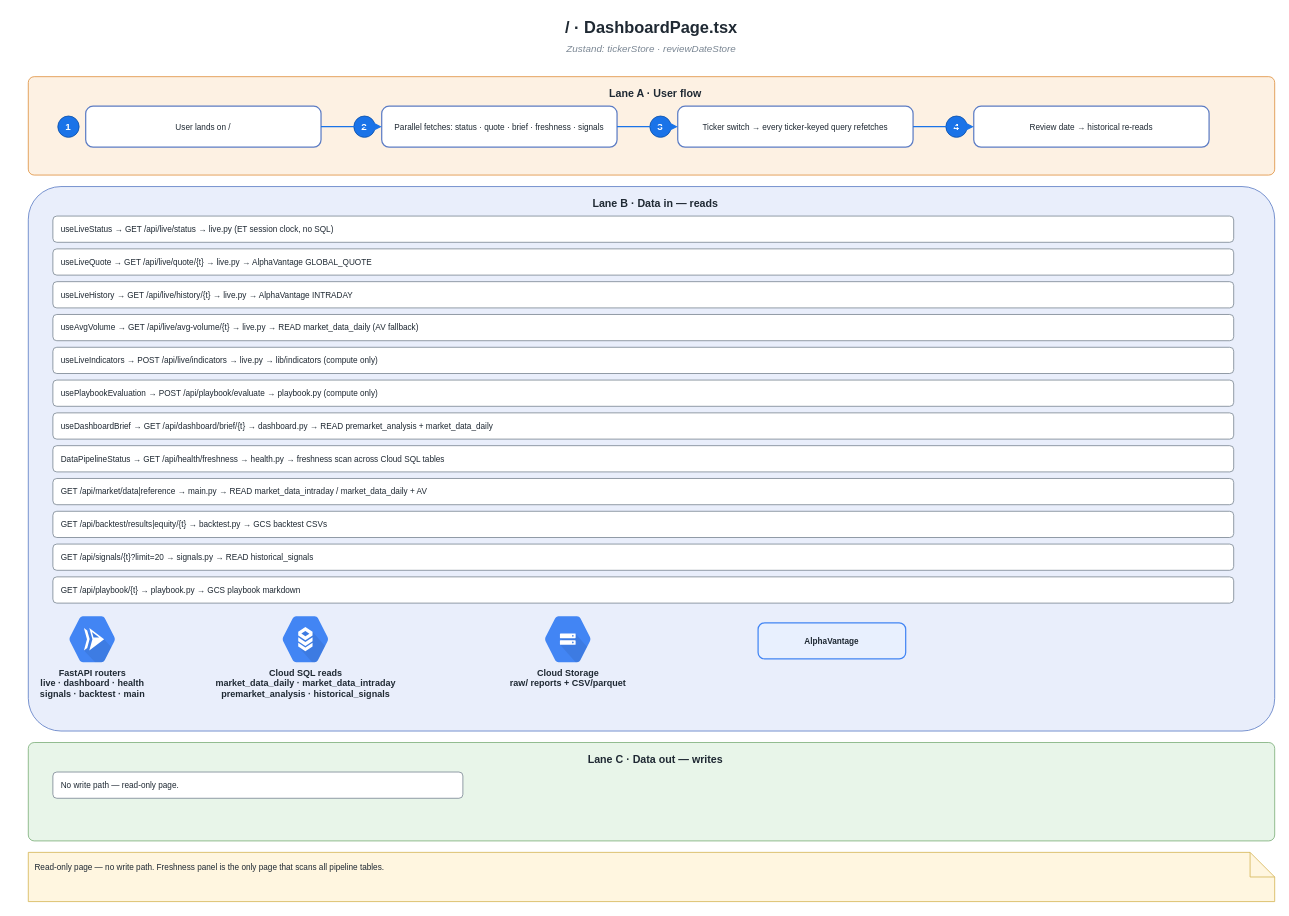
Above: page "3 · Dashboard" (4 of 15) of Frontend-icons.drawio in TeneikaAskew/solyra (draw.io), before the change. Source tidied: cells renumbered, new cells numbered last; positions are measured from the earlier drawing's top-left corner, leaving out a move shared by most shapes. Both pictures are drawn from the tidied source at 82%, with x=0, y=0 at pixel (28, 14).
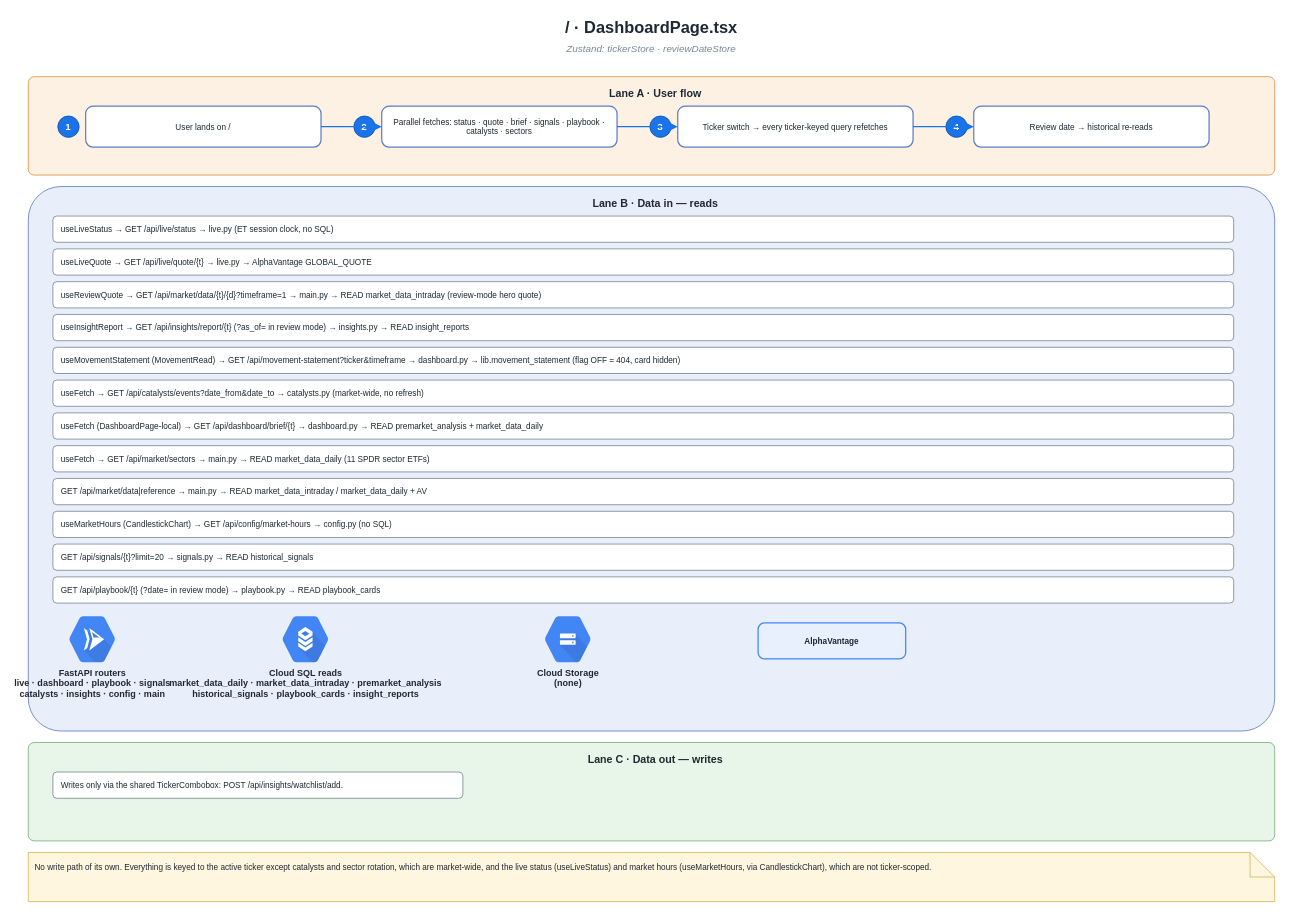
The same page after the edit.

Diff of the diagram source:
```diff
@@
-    <mxCell id="8" value="Parallel fetches: status · quote · brief · freshness · signals" style="rounded=1;arcSize=18;whiteSpace=wrap;html=1;fillColor=#ffffff;strokeColor=#5c7cc4;strokeWidth=1.5;fontSize=10;fontColor=#1f2933;align=center;verticalAlign=middle;" parent="1" vertex="1">
+    <mxCell id="8" value="Parallel fetches: status · quote · brief · signals · playbook · catalysts · sectors" style="rounded=1;arcSize=18;whiteSpace=wrap;html=1;fillColor=#ffffff;strokeColor=#5c7cc4;strokeWidth=1.5;fontSize=10;fontColor=#1f2933;align=center;verticalAlign=middle;" parent="1" vertex="1">
       <mxGeometry x="431" y="112" width="287" height="50" as="geometry" />
     </mxCell>
@@
-    <mxCell id="19" value="useLiveHistory → GET /api/live/history/{t} → live.py → AlphaVantage INTRADAY" style="rounded=1;whiteSpace=wrap;html=1;fillColor=#ffffff;strokeColor=#7b8794;fontSize=10;align=left;verticalAlign=middle;spacingLeft=8;fontColor=#1f2933;" parent="1" vertex="1">
+    <mxCell id="19" value="useReviewQuote → GET /api/market/data/{t}/{d}?timeframe=1 → main.py → READ market_data_intraday (review-mode hero quote)" style="rounded=1;whiteSpace=wrap;html=1;fillColor=#ffffff;strokeColor=#7b8794;fontSize=10;align=left;verticalAlign=middle;spacingLeft=8;fontColor=#1f2933;" parent="1" vertex="1">
       <mxGeometry x="30" y="326" width="1440" height="32" as="geometry" />
     </mxCell>
-    <mxCell id="20" value="useAvgVolume → GET /api/live/avg-volume/{t} → live.py → READ market_data_daily (AV fallback)" style="rounded=1;whiteSpace=wrap;html=1;fillColor=#ffffff;strokeColor=#7b8794;fontSize=10;align=left;verticalAlign=middle;spacingLeft=8;fontColor=#1f2933;" parent="1" vertex="1">
+    <mxCell id="20" value="useInsightReport → GET /api/insights/report/{t} (?as_of= in review mode) → insights.py → READ insight_reports" style="rounded=1;whiteSpace=wrap;html=1;fillColor=#ffffff;strokeColor=#7b8794;fontSize=10;align=left;verticalAlign=middle;spacingLeft=8;fontColor=#1f2933;" parent="1" vertex="1">
       <mxGeometry x="30" y="366" width="1440" height="32" as="geometry" />
     </mxCell>
-    <mxCell id="21" value="useLiveIndicators → POST /api/live/indicators → live.py → lib/indicators (compute only)" style="rounded=1;whiteSpace=wrap;html=1;fillColor=#ffffff;strokeColor=#7b8794;fontSize=10;align=left;verticalAlign=middle;spacingLeft=8;fontColor=#1f2933;" parent="1" vertex="1">
+    <mxCell id="21" value="useMovementStatement (MovementRead) → GET /api/movement-statement?ticker&amp;timeframe → dashboard.py → lib.movement_statement (flag OFF = 404, card hidden)" style="rounded=1;whiteSpace=wrap;html=1;fillColor=#ffffff;strokeColor=#7b8794;fontSize=10;align=left;verticalAlign=middle;spacingLeft=8;fontColor=#1f2933;" parent="1" vertex="1">
       <mxGeometry x="30" y="406" width="1440" height="32" as="geometry" />
     </mxCell>
-    <mxCell id="22" value="usePlaybookEvaluation → POST /api/playbook/evaluate → playbook.py (compute only)" style="rounded=1;whiteSpace=wrap;html=1;fillColor=#ffffff;strokeColor=#7b8794;fontSize=10;align=left;verticalAlign=middle;spacingLeft=8;fontColor=#1f2933;" parent="1" vertex="1">
+    <mxCell id="22" value="useFetch → GET /api/catalysts/events?date_from&amp;date_to → catalysts.py (market-wide, no refresh)" style="rounded=1;whiteSpace=wrap;html=1;fillColor=#ffffff;strokeColor=#7b8794;fontSize=10;align=left;verticalAlign=middle;spacingLeft=8;fontColor=#1f2933;" parent="1" vertex="1">
       <mxGeometry x="30" y="446" width="1440" height="32" as="geometry" />
     </mxCell>
-    <mxCell id="23" value="useDashboardBrief → GET /api/dashboard/brief/{t} → dashboard.py → READ premarket_analysis + market_data_daily" style="rounded=1;whiteSpace=wrap;html=1;fillColor=#ffffff;strokeColor=#7b8794;fontSize=10;align=left;verticalAlign=middle;spacingLeft=8;fontColor=#1f2933;" parent="1" vertex="1">
+    <mxCell id="23" value="useFetch (DashboardPage-local) → GET /api/dashboard/brief/{t} → dashboard.py → READ premarket_analysis + market_data_daily" style="rounded=1;whiteSpace=wrap;html=1;fillColor=#ffffff;strokeColor=#7b8794;fontSize=10;align=left;verticalAlign=middle;spacingLeft=8;fontColor=#1f2933;" parent="1" vertex="1">
       <mxGeometry x="30" y="486" width="1440" height="32" as="geometry" />
     </mxCell>
-    <mxCell id="24" value="DataPipelineStatus → GET /api/health/freshness → health.py → freshness scan across Cloud SQL tables" style="rounded=1;whiteSpace=wrap;html=1;fillColor=#ffffff;strokeColor=#7b8794;fontSize=10;align=left;verticalAlign=middle;spacingLeft=8;fontColor=#1f2933;" parent="1" vertex="1">
+    <mxCell id="24" value="useFetch → GET /api/market/sectors → main.py → READ market_data_daily (11 SPDR sector ETFs)" style="rounded=1;whiteSpace=wrap;html=1;fillColor=#ffffff;strokeColor=#7b8794;fontSize=10;align=left;verticalAlign=middle;spacingLeft=8;fontColor=#1f2933;" parent="1" vertex="1">
       <mxGeometry x="30" y="526" width="1440" height="32" as="geometry" />
     </mxCell>
@@
-    <mxCell id="26" value="GET /api/backtest/results|equity/{t} → backtest.py → GCS backtest CSVs" style="rounded=1;whiteSpace=wrap;html=1;fillColor=#ffffff;strokeColor=#7b8794;fontSize=10;align=left;verticalAlign=middle;spacingLeft=8;fontColor=#1f2933;" parent="1" vertex="1">
+    <mxCell id="26" value="useMarketHours (CandlestickChart) → GET /api/config/market-hours → config.py (no SQL)" style="rounded=1;whiteSpace=wrap;html=1;fillColor=#ffffff;strokeColor=#7b8794;fontSize=10;align=left;verticalAlign=middle;spacingLeft=8;fontColor=#1f2933;" parent="1" vertex="1">
       <mxGeometry x="30" y="606" width="1440" height="32" as="geometry" />
     </mxCell>
@@
-    <mxCell id="28" value="GET /api/playbook/{t} → playbook.py → GCS playbook markdown" style="rounded=1;whiteSpace=wrap;html=1;fillColor=#ffffff;strokeColor=#7b8794;fontSize=10;align=left;verticalAlign=middle;spacingLeft=8;fontColor=#1f2933;" parent="1" vertex="1">
+    <mxCell id="28" value="GET /api/playbook/{t} (?date= in review mode) → playbook.py → READ playbook_cards" style="rounded=1;whiteSpace=wrap;html=1;fillColor=#ffffff;strokeColor=#7b8794;fontSize=10;align=left;verticalAlign=middle;spacingLeft=8;fontColor=#1f2933;" parent="1" vertex="1">
       <mxGeometry x="30" y="686" width="1440" height="32" as="geometry" />
     </mxCell>
-    <mxCell id="29" value="FastAPI routers&#10;live · dashboard · health&#10;signals · backtest · main" style="sketch=0;html=1;strokeColor=none;shadow=0;fillColor=#4285F4;verticalLabelPosition=bottom;verticalAlign=top;labelPosition=center;align=center;fontSize=11;fontStyle=1;fontColor=#1f2933;shape=mxgraph.gcp2.cloud_run;" parent="1" vertex="1">
+    <mxCell id="29" value="FastAPI routers&#10;live · dashboard · playbook · signals&#10;catalysts · insights · config · main" style="sketch=0;html=1;strokeColor=none;shadow=0;fillColor=#4285F4;verticalLabelPosition=bottom;verticalAlign=top;labelPosition=center;align=center;fontSize=11;fontStyle=1;fontColor=#1f2933;shape=mxgraph.gcp2.cloud_run;" parent="1" vertex="1">
       <mxGeometry x="50" y="734" width="56" height="56" as="geometry" />
     </mxCell>
-    <mxCell id="30" value="Cloud SQL reads&#10;market_data_daily · market_data_intraday&#10;premarket_analysis · historical_signals" style="sketch=0;html=1;strokeColor=none;shadow=0;fillColor=#4285F4;verticalLabelPosition=bottom;verticalAlign=top;labelPosition=center;align=center;fontSize=11;fontStyle=1;fontColor=#1f2933;shape=mxgraph.gcp2.cloud_sql;" parent="1" vertex="1">
+    <mxCell id="30" value="Cloud SQL reads&#10;market_data_daily · market_data_intraday · premarket_analysis&#10;historical_signals · playbook_cards · insight_reports" style="sketch=0;html=1;strokeColor=none;shadow=0;fillColor=#4285F4;verticalLabelPosition=bottom;verticalAlign=top;labelPosition=center;align=center;fontSize=11;fontStyle=1;fontColor=#1f2933;shape=mxgraph.gcp2.cloud_sql;" parent="1" vertex="1">
       <mxGeometry x="310" y="734" width="56" height="56" as="geometry" />
     </mxCell>
-    <mxCell id="31" value="Cloud Storage&#10;raw/ reports + CSV/parquet" style="sketch=0;html=1;strokeColor=none;shadow=0;fillColor=#4285F4;verticalLabelPosition=bottom;verticalAlign=top;labelPosition=center;align=center;fontSize=11;fontStyle=1;fontColor=#1f2933;shape=mxgraph.gcp2.cloud_storage;" parent="1" vertex="1">
+    <mxCell id="31" value="Cloud Storage&#10;(none)" style="sketch=0;html=1;strokeColor=none;shadow=0;fillColor=#4285F4;verticalLabelPosition=bottom;verticalAlign=top;labelPosition=center;align=center;fontSize=11;fontStyle=1;fontColor=#1f2933;shape=mxgraph.gcp2.cloud_storage;" parent="1" vertex="1">
       <mxGeometry x="630" y="734" width="56" height="56" as="geometry" />
     </mxCell>
@@
-    <mxCell id="34" value="No write path — read-only page." style="rounded=1;whiteSpace=wrap;html=1;fillColor=#ffffff;strokeColor=#7b8794;fontSize=10;align=left;verticalAlign=middle;spacingLeft=8;fontColor=#1f2933;" parent="1" vertex="1">
+    <mxCell id="34" value="Writes only via the shared TickerCombobox: POST /api/insights/watchlist/add." style="rounded=1;whiteSpace=wrap;html=1;fillColor=#ffffff;strokeColor=#7b8794;fontSize=10;align=left;verticalAlign=middle;spacingLeft=8;fontColor=#1f2933;" parent="1" vertex="1">
       <mxGeometry x="30" y="924" width="500" height="32" as="geometry" />
     </mxCell>
-    <mxCell id="35" value="Read-only page — no write path. Freshness panel is the only page that scans all pipeline tables." style="shape=note;whiteSpace=wrap;html=1;fillColor=#fff6e0;strokeColor=#d6b656;strokeWidth=1;fontSize=10;align=left;verticalAlign=top;spacing=8;fontColor=#1f2933;" parent="1" vertex="1">
+    <mxCell id="35" value="No write path of its own. Everything is keyed to the active ticker except catalysts and sector rotation, which are market-wide, and the live status (useLiveStatus) and market hours (useMarketHours, via CandlestickChart), which are not ticker-scoped." style="shape=note;whiteSpace=wrap;html=1;fillColor=#fff6e0;strokeColor=#d6b656;strokeWidth=1;fontSize=10;align=left;verticalAlign=top;spacing=8;fontColor=#1f2933;" parent="1" vertex="1">
       <mxGeometry y="1022" width="1520" height="60" as="geometry" />
     </mxCell>
```
